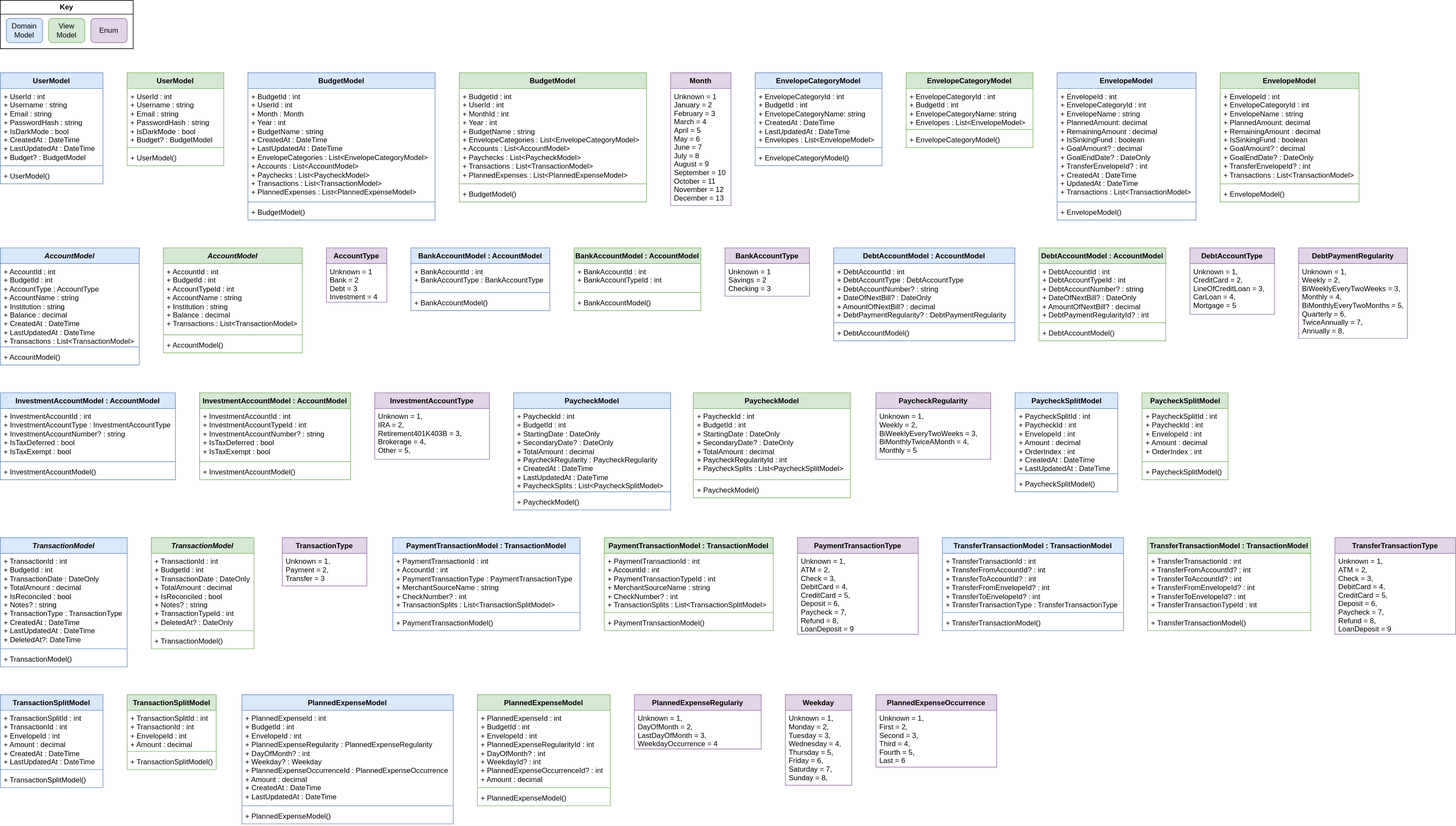
The draw.io diagram Documentation/UMLs.drawio.svg in Gianna7055/MakesCents, before a commit. Source tidied: cells renumbered, new cells last; positions are measured from the earlier drawing's top-left corner, leaving out a move shared by most shapes.
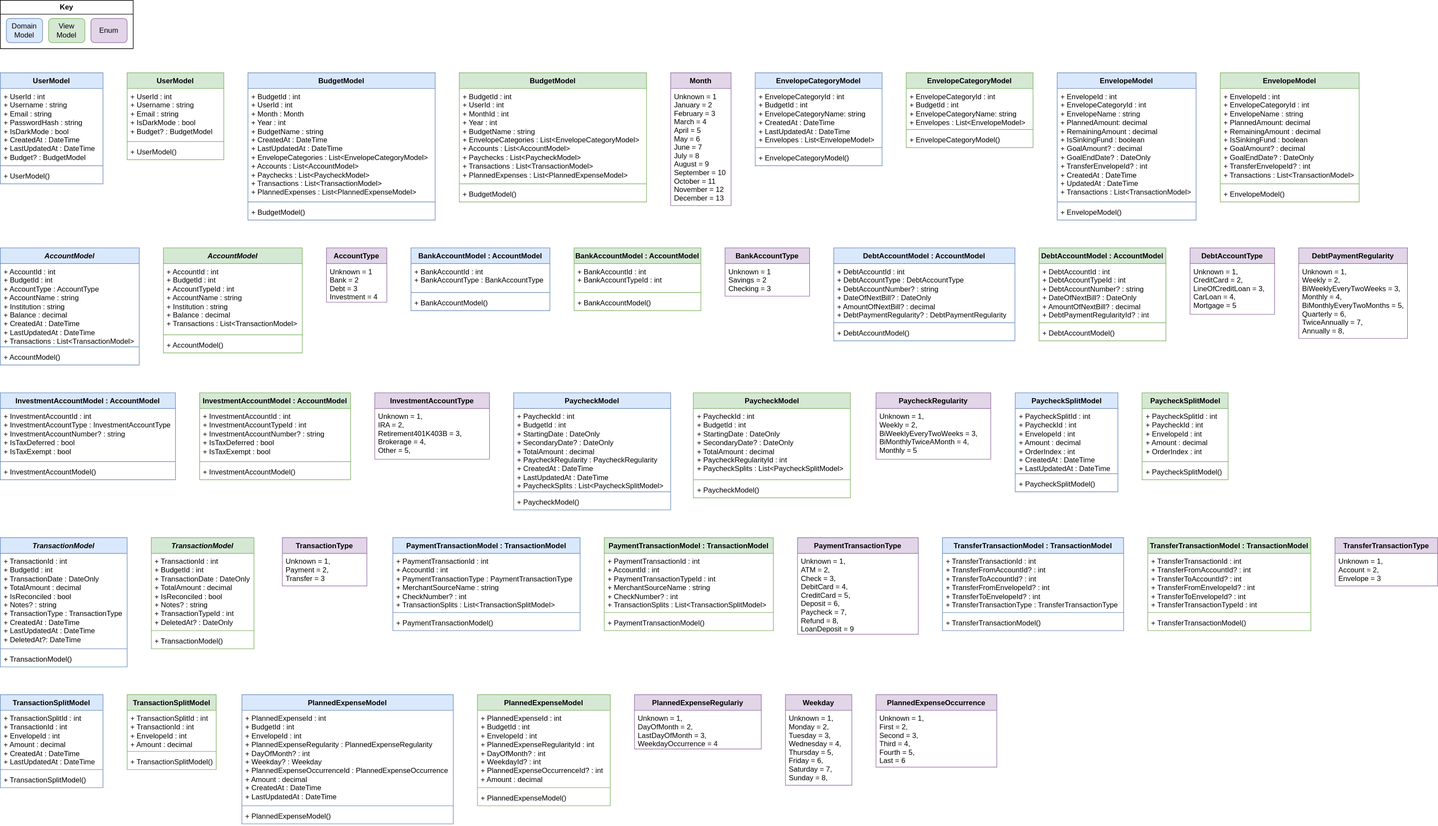
The same diagram one commit later.

Change to the diagram source:
```diff
@@ -183,16 +183,16 @@
       <mxGeometry y="188" width="210" height="26" as="geometry" />
     </mxCell>
     <mxCell id="62" value="UserModel" style="swimlane;fontStyle=1;align=center;verticalAlign=top;horizontal=1;startSize=26;whiteSpace=wrap;html=1;fillColor=#d5e8d4;strokeColor=#82b366;" parent="1" vertex="1">
-      <mxGeometry x="210" y="120" width="160" height="154" as="geometry" />
+      <mxGeometry x="210" y="120" width="160" height="144" as="geometry" />
     </mxCell>
-    <mxCell id="63" value="+ UserId : int&lt;div&gt;+ Username : string&lt;/div&gt;&lt;div&gt;+ Email : string&lt;/div&gt;&lt;div&gt;+ PasswordHash : string&lt;/div&gt;&lt;div&gt;+ IsDarkMode : bool&lt;/div&gt;&lt;div&gt;+ Budget? : BudgetModel&lt;/div&gt;" style="text;strokeColor=none;fillColor=none;align=left;verticalAlign=top;spacingLeft=4;spacingRight=4;overflow=hidden;whiteSpace=wrap;html=1;" parent="62" vertex="1">
-      <mxGeometry y="26" width="160" height="94" as="geometry" />
+    <mxCell id="63" value="+ UserId : int&lt;div&gt;+ Username : string&lt;/div&gt;&lt;div&gt;+ Email : string&lt;/div&gt;&lt;div&gt;&lt;span style=&quot;background-color: transparent; color: light-dark(rgb(0, 0, 0), rgb(255, 255, 255));&quot;&gt;+ IsDarkMode : bool&lt;/span&gt;&lt;/div&gt;&lt;div&gt;+ Budget? : BudgetModel&lt;/div&gt;" style="text;strokeColor=none;fillColor=none;align=left;verticalAlign=top;spacingLeft=4;spacingRight=4;overflow=hidden;whiteSpace=wrap;html=1;" parent="62" vertex="1">
+      <mxGeometry y="26" width="160" height="84" as="geometry" />
     </mxCell>
     <mxCell id="64" style="line;strokeWidth=1;fillColor=none;align=left;verticalAlign=middle;spacingTop=-1;spacingLeft=3;spacingRight=3;labelPosition=right;strokeColor=inherit;" parent="62" vertex="1">
-      <mxGeometry y="120" width="160" height="8" as="geometry" />
+      <mxGeometry y="110" width="160" height="8" as="geometry" />
     </mxCell>
     <mxCell id="65" value="+ UserModel()" style="text;strokeColor=none;fillColor=none;align=left;verticalAlign=top;spacingLeft=4;spacingRight=4;overflow=hidden;whiteSpace=wrap;html=1;" parent="62" vertex="1">
-      <mxGeometry y="128" width="160" height="26" as="geometry" />
+      <mxGeometry y="118" width="160" height="26" as="geometry" />
     </mxCell>
     <mxCell id="66" value="BudgetModel" style="swimlane;fontStyle=1;align=center;verticalAlign=top;horizontal=1;startSize=26;whiteSpace=wrap;html=1;fillColor=#d5e8d4;strokeColor=#82b366;" parent="1" vertex="1">
       <mxGeometry x="760" y="120" width="310" height="214" as="geometry" />
@@ -417,10 +417,10 @@
       <mxGeometry y="26" width="200" height="134" as="geometry" />
     </mxCell>
     <mxCell id="140" value="TransferTransactionType" style="swimlane;fontStyle=1;align=center;verticalAlign=top;horizontal=1;startSize=26;whiteSpace=wrap;html=1;fillColor=#e1d5e7;strokeColor=#9673a6;" parent="1" vertex="1">
-      <mxGeometry x="2210" y="890" width="200" height="160" as="geometry" />
+      <mxGeometry x="2210" y="890" width="170" height="80" as="geometry" />
     </mxCell>
-    <mxCell id="141" value="&lt;p class=&quot;p1&quot; style=&quot;margin: 0px; font-variant-numeric: normal; font-variant-east-asian: normal; font-variant-alternates: normal; font-size-adjust: none; font-kerning: auto; font-optical-sizing: auto; font-feature-settings: normal; font-variation-settings: normal; font-variant-position: normal; font-variant-emoji: normal; font-stretch: normal; line-height: normal;&quot;&gt;&lt;font&gt;Unknown = 1,&lt;/font&gt;&lt;/p&gt;&lt;p class=&quot;p1&quot; style=&quot;margin: 0px; font-variant-numeric: normal; font-variant-east-asian: normal; font-variant-alternates: normal; font-size-adjust: none; font-kerning: auto; font-optical-sizing: auto; font-feature-settings: normal; font-variation-settings: normal; font-variant-position: normal; font-variant-emoji: normal; font-stretch: normal; line-height: normal;&quot;&gt;&lt;font&gt;ATM = 2,&lt;/font&gt;&lt;/p&gt;&lt;p class=&quot;p1&quot; style=&quot;margin: 0px; font-variant-numeric: normal; font-variant-east-asian: normal; font-variant-alternates: normal; font-size-adjust: none; font-kerning: auto; font-optical-sizing: auto; font-feature-settings: normal; font-variation-settings: normal; font-variant-position: normal; font-variant-emoji: normal; font-stretch: normal; line-height: normal;&quot;&gt;&lt;font&gt;Check = 3,&lt;/font&gt;&lt;/p&gt;&lt;p class=&quot;p1&quot; style=&quot;margin: 0px; font-variant-numeric: normal; font-variant-east-asian: normal; font-variant-alternates: normal; font-size-adjust: none; font-kerning: auto; font-optical-sizing: auto; font-feature-settings: normal; font-variation-settings: normal; font-variant-position: normal; font-variant-emoji: normal; font-stretch: normal; line-height: normal;&quot;&gt;&lt;font&gt;DebitCard = 4,&lt;/font&gt;&lt;/p&gt;&lt;p class=&quot;p1&quot; style=&quot;margin: 0px; font-variant-numeric: normal; font-variant-east-asian: normal; font-variant-alternates: normal; font-size-adjust: none; font-kerning: auto; font-optical-sizing: auto; font-feature-settings: normal; font-variation-settings: normal; font-variant-position: normal; font-variant-emoji: normal; font-stretch: normal; line-height: normal;&quot;&gt;&lt;font&gt;CreditCard = 5,&lt;/font&gt;&lt;/p&gt;&lt;p class=&quot;p1&quot; style=&quot;margin: 0px; font-variant-numeric: normal; font-variant-east-asian: normal; font-variant-alternates: normal; font-size-adjust: none; font-kerning: auto; font-optical-sizing: auto; font-feature-settings: normal; font-variation-settings: normal; font-variant-position: normal; font-variant-emoji: normal; font-stretch: normal; line-height: normal;&quot;&gt;&lt;font&gt;Deposit = 6,&lt;/font&gt;&lt;/p&gt;&lt;p class=&quot;p1&quot; style=&quot;margin: 0px; font-variant-numeric: normal; font-variant-east-asian: normal; font-variant-alternates: normal; font-size-adjust: none; font-kerning: auto; font-optical-sizing: auto; font-feature-settings: normal; font-variation-settings: normal; font-variant-position: normal; font-variant-emoji: normal; font-stretch: normal; line-height: normal;&quot;&gt;&lt;font&gt;Paycheck = 7,&lt;/font&gt;&lt;/p&gt;&lt;p class=&quot;p1&quot; style=&quot;margin: 0px; font-variant-numeric: normal; font-variant-east-asian: normal; font-variant-alternates: normal; font-size-adjust: none; font-kerning: auto; font-optical-sizing: auto; font-feature-settings: normal; font-variation-settings: normal; font-variant-position: normal; font-variant-emoji: normal; font-stretch: normal; line-height: normal;&quot;&gt;&lt;font&gt;Refund = 8,&lt;/font&gt;&lt;/p&gt;&lt;p class=&quot;p1&quot; style=&quot;margin: 0px; font-variant-numeric: normal; font-variant-east-asian: normal; font-variant-alternates: normal; font-size-adjust: none; font-kerning: auto; font-optical-sizing: auto; font-feature-settings: normal; font-variation-settings: normal; font-variant-position: normal; font-variant-emoji: normal; font-stretch: normal; line-height: normal;&quot;&gt;&lt;font&gt;LoanDeposit = 9&lt;/font&gt;&lt;/p&gt;" style="text;strokeColor=none;fillColor=none;align=left;verticalAlign=top;spacingLeft=4;spacingRight=4;overflow=hidden;whiteSpace=wrap;html=1;" parent="140" vertex="1">
-      <mxGeometry y="26" width="200" height="134" as="geometry" />
+    <mxCell id="141" value="&lt;p class=&quot;p1&quot; style=&quot;margin: 0px; font-variant-numeric: normal; font-variant-east-asian: normal; font-variant-alternates: normal; font-size-adjust: none; font-kerning: auto; font-optical-sizing: auto; font-feature-settings: normal; font-variation-settings: normal; font-variant-position: normal; font-variant-emoji: normal; font-stretch: normal; line-height: normal;&quot;&gt;&lt;font&gt;Unknown = 1,&lt;/font&gt;&lt;/p&gt;&lt;p class=&quot;p1&quot; style=&quot;margin: 0px; font-variant-numeric: normal; font-variant-east-asian: normal; font-variant-alternates: normal; font-size-adjust: none; font-kerning: auto; font-optical-sizing: auto; font-feature-settings: normal; font-variation-settings: normal; font-variant-position: normal; font-variant-emoji: normal; font-stretch: normal; line-height: normal;&quot;&gt;&lt;font&gt;Account = 2,&lt;/font&gt;&lt;/p&gt;&lt;p class=&quot;p1&quot; style=&quot;margin: 0px; font-variant-numeric: normal; font-variant-east-asian: normal; font-variant-alternates: normal; font-size-adjust: none; font-kerning: auto; font-optical-sizing: auto; font-feature-settings: normal; font-variation-settings: normal; font-variant-position: normal; font-variant-emoji: normal; font-stretch: normal; line-height: normal;&quot;&gt;&lt;font&gt;Envelope = 3&lt;/font&gt;&lt;/p&gt;" style="text;strokeColor=none;fillColor=none;align=left;verticalAlign=top;spacingLeft=4;spacingRight=4;overflow=hidden;whiteSpace=wrap;html=1;" parent="140" vertex="1">
+      <mxGeometry y="26" width="170" height="54" as="geometry" />
     </mxCell>
     <mxCell id="142" value="InvestmentAccountType" style="swimlane;fontStyle=1;align=center;verticalAlign=top;horizontal=1;startSize=26;whiteSpace=wrap;html=1;fillColor=#e1d5e7;strokeColor=#9673a6;" parent="1" vertex="1">
       <mxGeometry x="620" y="650" width="190" height="110" as="geometry" />
```
